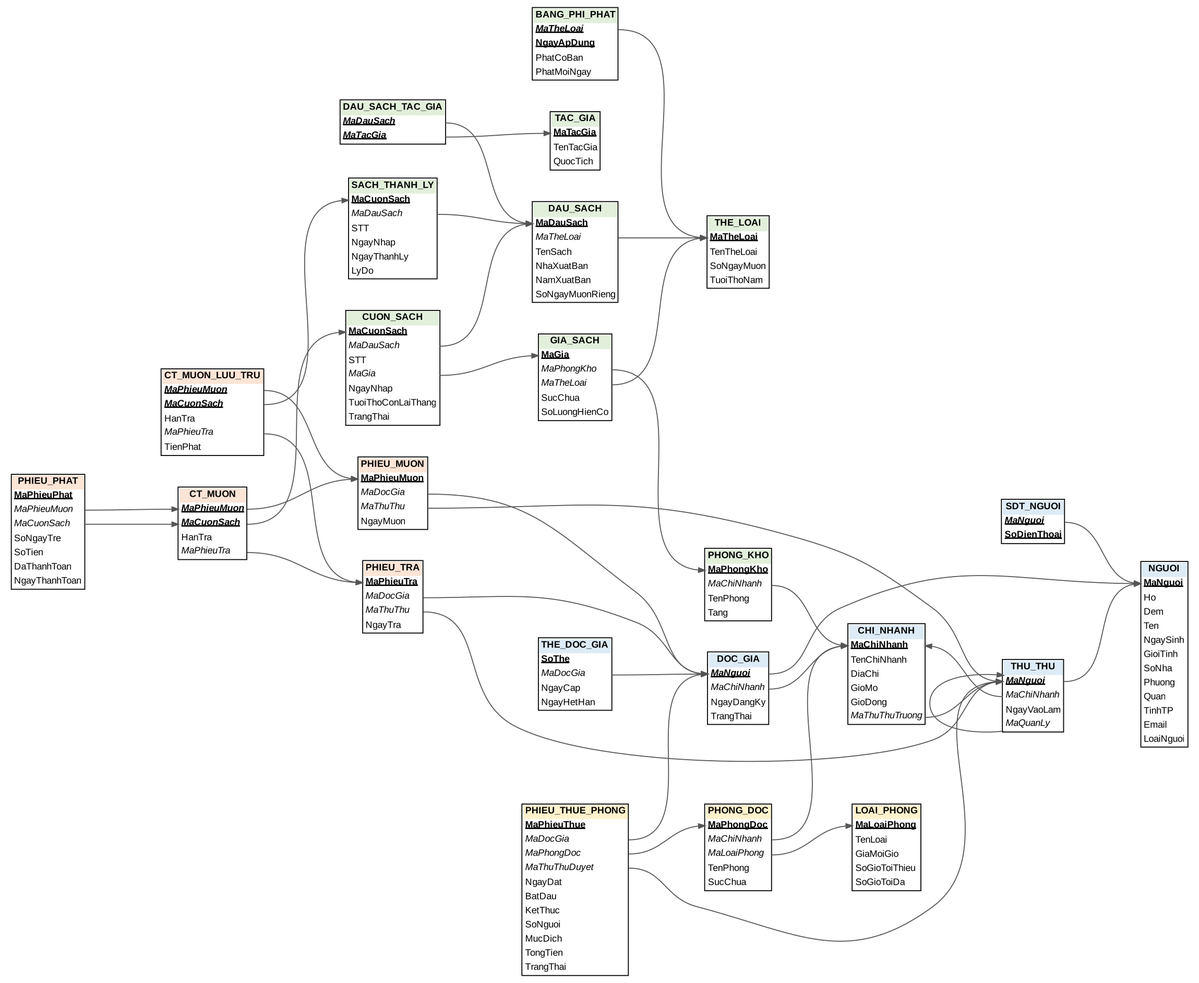
Above: ma_nguon/erd/luoc_do_quan_he.png in minhonline2k2/sql_manage_library (Graphviz), before the change. Its source is kept beside it as ma_nguon/erd/luoc_do_quan_he.dot.
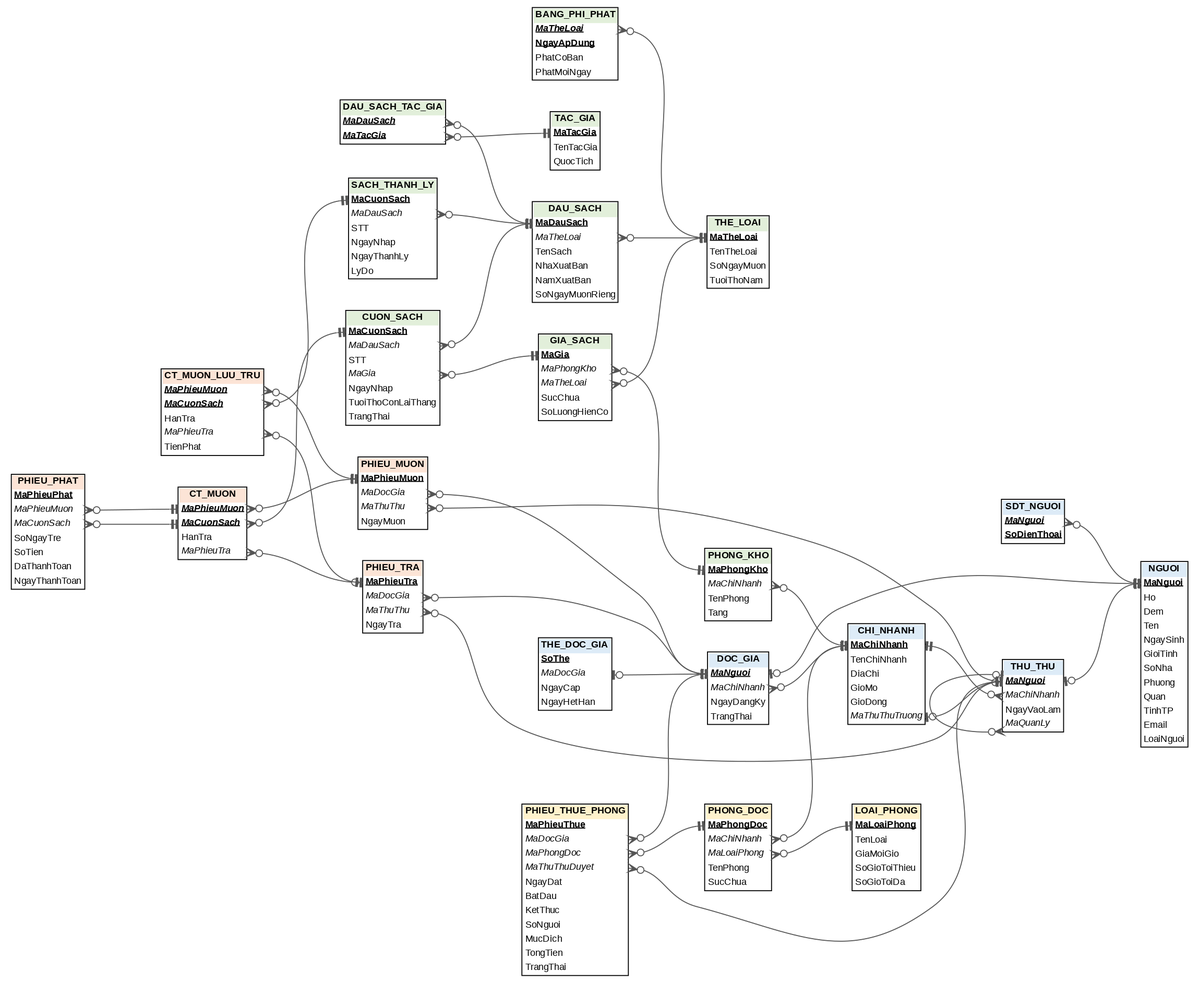
After the change.

What changed in the source:
```diff
@@ -1,6 +1,6 @@
 digraph LDQH {
 graph [rankdir=LR, nodesep=0.35, ranksep=0.9, fontname="Arial", splines=true, concentrate=false];
-node [shape=plaintext, fontname="Arial", fontsize=10]; edge [arrowhead=normal, arrowsize=0.7, color="#555555"];
+node [shape=plaintext, fontname="Arial", fontsize=10]; edge [arrowsize=0.9, color="#555555"];
 NGUOI [label=<<TABLE BORDER="1" CELLBORDER="0" CELLSPACING="0" CELLPADDING="2" BGCOLOR="white"><TR><TD BGCOLOR="#DDEBF7"><B>NGUOI</B></TD></TR><TR><TD ALIGN="LEFT" PORT="MaNguoi"><U><B>MaNguoi</B></U></TD></TR><TR><TD ALIGN="LEFT" PORT="Ho">Ho</TD></TR><TR><TD ALIGN="LEFT" PORT="Dem">Dem</TD></TR><TR><TD ALIGN="LEFT" PORT="Ten">Ten</TD></TR><TR><TD ALIGN="LEFT" PORT="NgaySinh">NgaySinh</TD></TR><TR><TD ALIGN="LEFT" PORT="GioiTinh">GioiTinh</TD></TR><TR><TD ALIGN="LEFT" PORT="SoNha">SoNha</TD></TR><TR><TD ALIGN="LEFT" PORT="Phuong">Phuong</TD></TR><TR><TD ALIGN="LEFT" PORT="Quan">Quan</TD></TR><TR><TD ALIGN="LEFT" PORT="TinhTP">TinhTP</TD></TR><TR><TD ALIGN="LEFT" PORT="Email">Email</TD></TR><TR><TD ALIGN="LEFT" PORT="LoaiNguoi">LoaiNguoi</TD></TR></TABLE>>];
 SDT_NGUOI [label=<<TABLE BORDER="1" CELLBORDER="0" CELLSPACING="0" CELLPADDING="2" BGCOLOR="white"><TR><TD BGCOLOR="#DDEBF7"><B>SDT_NGUOI</B></TD></TR><TR><TD ALIGN="LEFT" PORT="MaNguoi"><U><B><I>MaNguoi</I></B></U></TD></TR><TR><TD ALIGN="LEFT" PORT="SoDienThoai"><U><B>SoDienThoai</B></U></TD></TR></TABLE>>];
 DOC_GIA [label=<<TABLE BORDER="1" CELLBORDER="0" CELLSPACING="0" CELLPADDING="2" BGCOLOR="white"><TR><TD BGCOLOR="#DDEBF7"><B>DOC_GIA</B></TD></TR><TR><TD ALIGN="LEFT" PORT="MaNguoi"><U><B><I>MaNguoi</I></B></U></TD></TR><TR><TD ALIGN="LEFT" PORT="MaChiNhanh"><I>MaChiNhanh</I></TD></TR><TR><TD ALIGN="LEFT" PORT="NgayDangKy">NgayDangKy</TD></TR><TR><TD ALIGN="LEFT" PORT="TrangThai">TrangThai</TD></TR></TABLE>>];
@@ -24,39 +24,39 @@
 LOAI_PHONG [label=<<TABLE BORDER="1" CELLBORDER="0" CELLSPACING="0" CELLPADDING="2" BGCOLOR="white"><TR><TD BGCOLOR="#FFF2CC"><B>LOAI_PHONG</B></TD></TR><TR><TD ALIGN="LEFT" PORT="MaLoaiPhong"><U><B>MaLoaiPhong</B></U></TD></TR><TR><TD ALIGN="LEFT" PORT="TenLoai">TenLoai</TD></TR><TR><TD ALIGN="LEFT" PORT="GiaMoiGio">GiaMoiGio</TD></TR><TR><TD ALIGN="LEFT" PORT="SoGioToiThieu">SoGioToiThieu</TD></TR><TR><TD ALIGN="LEFT" PORT="SoGioToiDa">SoGioToiDa</TD></TR></TABLE>>];
 PHONG_DOC [label=<<TABLE BORDER="1" CELLBORDER="0" CELLSPACING="0" CELLPADDING="2" BGCOLOR="white"><TR><TD BGCOLOR="#FFF2CC"><B>PHONG_DOC</B></TD></TR><TR><TD ALIGN="LEFT" PORT="MaPhongDoc"><U><B>MaPhongDoc</B></U></TD></TR><TR><TD ALIGN="LEFT" PORT="MaChiNhanh"><I>MaChiNhanh</I></TD></TR><TR><TD ALIGN="LEFT" PORT="MaLoaiPhong"><I>MaLoaiPhong</I></TD></TR><TR><TD ALIGN="LEFT" PORT="TenPhong">TenPhong</TD></TR><TR><TD ALIGN="LEFT" PORT="SucChua">SucChua</TD></TR></TABLE>>];
 PHIEU_THUE_PHONG [label=<<TABLE BORDER="1" CELLBORDER="0" CELLSPACING="0" CELLPADDING="2" BGCOLOR="white"><TR><TD BGCOLOR="#FFF2CC"><B>PHIEU_THUE_PHONG</B></TD></TR><TR><TD ALIGN="LEFT" PORT="MaPhieuThue"><U><B>MaPhieuThue</B></U></TD></TR><TR><TD ALIGN="LEFT" PORT="MaDocGia"><I>MaDocGia</I></TD></TR><TR><TD ALIGN="LEFT" PORT="MaPhongDoc"><I>MaPhongDoc</I></TD></TR><TR><TD ALIGN="LEFT" PORT="MaThuThuDuyet"><I>MaThuThuDuyet</I></TD></TR><TR><TD ALIGN="LEFT" PORT="NgayDat">NgayDat</TD></TR><TR><TD ALIGN="LEFT" PORT="BatDau">BatDau</TD></TR><TR><TD ALIGN="LEFT" PORT="KetThuc">KetThuc</TD></TR><TR><TD ALIGN="LEFT" PORT="SoNguoi">SoNguoi</TD></TR><TR><TD ALIGN="LEFT" PORT="MucDich">MucDich</TD></TR><TR><TD ALIGN="LEFT" PORT="TongTien">TongTien</TD></TR><TR><TD ALIGN="LEFT" PORT="TrangThai">TrangThai</TD></TR></TABLE>>];
-CHI_NHANH:MaThuThuTruong -> THU_THU:MaNguoi;
-SDT_NGUOI:MaNguoi -> NGUOI:MaNguoi;
-DOC_GIA:MaChiNhanh -> CHI_NHANH:MaChiNhanh;
-DOC_GIA:MaNguoi -> NGUOI:MaNguoi;
-THE_DOC_GIA:MaDocGia -> DOC_GIA:MaNguoi;
-THU_THU:MaChiNhanh -> CHI_NHANH:MaChiNhanh;
-THU_THU:MaNguoi -> NGUOI:MaNguoi;
-THU_THU:MaQuanLy -> THU_THU:MaNguoi;
-BANG_PHI_PHAT:MaTheLoai -> THE_LOAI:MaTheLoai;
-DAU_SACH:MaTheLoai -> THE_LOAI:MaTheLoai;
-DAU_SACH_TAC_GIA:MaDauSach -> DAU_SACH:MaDauSach;
-DAU_SACH_TAC_GIA:MaTacGia -> TAC_GIA:MaTacGia;
-PHONG_KHO:MaChiNhanh -> CHI_NHANH:MaChiNhanh;
-GIA_SACH:MaPhongKho -> PHONG_KHO:MaPhongKho;
-GIA_SACH:MaTheLoai -> THE_LOAI:MaTheLoai;
-CUON_SACH:MaDauSach -> DAU_SACH:MaDauSach;
-CUON_SACH:MaGia -> GIA_SACH:MaGia;
-SACH_THANH_LY:MaDauSach -> DAU_SACH:MaDauSach;
-PHIEU_MUON:MaDocGia -> DOC_GIA:MaNguoi;
-PHIEU_MUON:MaThuThu -> THU_THU:MaNguoi;
-PHIEU_TRA:MaDocGia -> DOC_GIA:MaNguoi;
-PHIEU_TRA:MaThuThu -> THU_THU:MaNguoi;
-CT_MUON:MaCuonSach -> CUON_SACH:MaCuonSach;
-CT_MUON:MaPhieuMuon -> PHIEU_MUON:MaPhieuMuon;
-CT_MUON:MaPhieuTra -> PHIEU_TRA:MaPhieuTra;
-PHIEU_PHAT:MaPhieuMuon -> CT_MUON:MaPhieuMuon;
-PHIEU_PHAT:MaCuonSach -> CT_MUON:MaCuonSach;
-CT_MUON_LUU_TRU:MaPhieuMuon -> PHIEU_MUON:MaPhieuMuon;
-CT_MUON_LUU_TRU:MaPhieuTra -> PHIEU_TRA:MaPhieuTra;
-CT_MUON_LUU_TRU:MaCuonSach -> SACH_THANH_LY:MaCuonSach;
-PHONG_DOC:MaChiNhanh -> CHI_NHANH:MaChiNhanh;
-PHONG_DOC:MaLoaiPhong -> LOAI_PHONG:MaLoaiPhong;
-PHIEU_THUE_PHONG:MaDocGia -> DOC_GIA:MaNguoi;
-PHIEU_THUE_PHONG:MaPhongDoc -> PHONG_DOC:MaPhongDoc;
-PHIEU_THUE_PHONG:MaThuThuDuyet -> THU_THU:MaNguoi;
+CHI_NHANH:MaThuThuTruong -> THU_THU:MaNguoi [dir=both, arrowtail=teeodot, arrowhead=teeodot];
+SDT_NGUOI:MaNguoi -> NGUOI:MaNguoi [dir=both, arrowtail=crowodot, arrowhead=teetee];
+DOC_GIA:MaChiNhanh -> CHI_NHANH:MaChiNhanh [dir=both, arrowtail=crowodot, arrowhead=teetee];
+DOC_GIA:MaNguoi -> NGUOI:MaNguoi [dir=both, arrowtail=teeodot, arrowhead=teetee];
+THE_DOC_GIA:MaDocGia -> DOC_GIA:MaNguoi [dir=both, arrowtail=teeodot, arrowhead=teetee];
+THU_THU:MaChiNhanh -> CHI_NHANH:MaChiNhanh [dir=both, arrowtail=crowodot, arrowhead=teetee];
+THU_THU:MaNguoi -> NGUOI:MaNguoi [dir=both, arrowtail=teeodot, arrowhead=teetee];
+THU_THU:MaQuanLy -> THU_THU:MaNguoi [dir=both, arrowtail=crowodot, arrowhead=teeodot];
+BANG_PHI_PHAT:MaTheLoai -> THE_LOAI:MaTheLoai [dir=both, arrowtail=crowodot, arrowhead=teetee];
+DAU_SACH:MaTheLoai -> THE_LOAI:MaTheLoai [dir=both, arrowtail=crowodot, arrowhead=teetee];
+DAU_SACH_TAC_GIA:MaDauSach -> DAU_SACH:MaDauSach [dir=both, arrowtail=crowodot, arrowhead=teetee];
+DAU_SACH_TAC_GIA:MaTacGia -> TAC_GIA:MaTacGia [dir=both, arrowtail=crowodot, arrowhead=teetee];
+PHONG_KHO:MaChiNhanh -> CHI_NHANH:MaChiNhanh [dir=both, arrowtail=crowodot, arrowhead=teetee];
+GIA_SACH:MaPhongKho -> PHONG_KHO:MaPhongKho [dir=both, arrowtail=crowodot, arrowhead=teetee];
+GIA_SACH:MaTheLoai -> THE_LOAI:MaTheLoai [dir=both, arrowtail=crowodot, arrowhead=teetee];
+CUON_SACH:MaDauSach -> DAU_SACH:MaDauSach [dir=both, arrowtail=crowodot, arrowhead=teetee];
+CUON_SACH:MaGia -> GIA_SACH:MaGia [dir=both, arrowtail=crowodot, arrowhead=teetee];
+SACH_THANH_LY:MaDauSach -> DAU_SACH:MaDauSach [dir=both, arrowtail=crowodot, arrowhead=teetee];
+PHIEU_MUON:MaDocGia -> DOC_GIA:MaNguoi [dir=both, arrowtail=crowodot, arrowhead=teetee];
+PHIEU_MUON:MaThuThu -> THU_THU:MaNguoi [dir=both, arrowtail=crowodot, arrowhead=teetee];
+PHIEU_TRA:MaDocGia -> DOC_GIA:MaNguoi [dir=both, arrowtail=crowodot, arrowhead=teetee];
+PHIEU_TRA:MaThuThu -> THU_THU:MaNguoi [dir=both, arrowtail=crowodot, arrowhead=teetee];
+CT_MUON:MaCuonSach -> CUON_SACH:MaCuonSach [dir=both, arrowtail=crowodot, arrowhead=teetee];
+CT_MUON:MaPhieuMuon -> PHIEU_MUON:MaPhieuMuon [dir=both, arrowtail=crowodot, arrowhead=teetee];
+CT_MUON:MaPhieuTra -> PHIEU_TRA:MaPhieuTra [dir=both, arrowtail=crowodot, arrowhead=teeodot];
+PHIEU_PHAT:MaPhieuMuon -> CT_MUON:MaPhieuMuon [dir=both, arrowtail=crowodot, arrowhead=teetee];
+PHIEU_PHAT:MaCuonSach -> CT_MUON:MaCuonSach [dir=both, arrowtail=crowodot, arrowhead=teetee];
+CT_MUON_LUU_TRU:MaPhieuMuon -> PHIEU_MUON:MaPhieuMuon [dir=both, arrowtail=crowodot, arrowhead=teetee];
+CT_MUON_LUU_TRU:MaPhieuTra -> PHIEU_TRA:MaPhieuTra [dir=both, arrowtail=crowodot, arrowhead=teetee];
+CT_MUON_LUU_TRU:MaCuonSach -> SACH_THANH_LY:MaCuonSach [dir=both, arrowtail=crowodot, arrowhead=teetee];
+PHONG_DOC:MaChiNhanh -> CHI_NHANH:MaChiNhanh [dir=both, arrowtail=crowodot, arrowhead=teetee];
+PHONG_DOC:MaLoaiPhong -> LOAI_PHONG:MaLoaiPhong [dir=both, arrowtail=crowodot, arrowhead=teetee];
+PHIEU_THUE_PHONG:MaDocGia -> DOC_GIA:MaNguoi [dir=both, arrowtail=crowodot, arrowhead=teetee];
+PHIEU_THUE_PHONG:MaPhongDoc -> PHONG_DOC:MaPhongDoc [dir=both, arrowtail=crowodot, arrowhead=teetee];
+PHIEU_THUE_PHONG:MaThuThuDuyet -> THU_THU:MaNguoi [dir=both, arrowtail=crowodot, arrowhead=teetee];
 }
```
